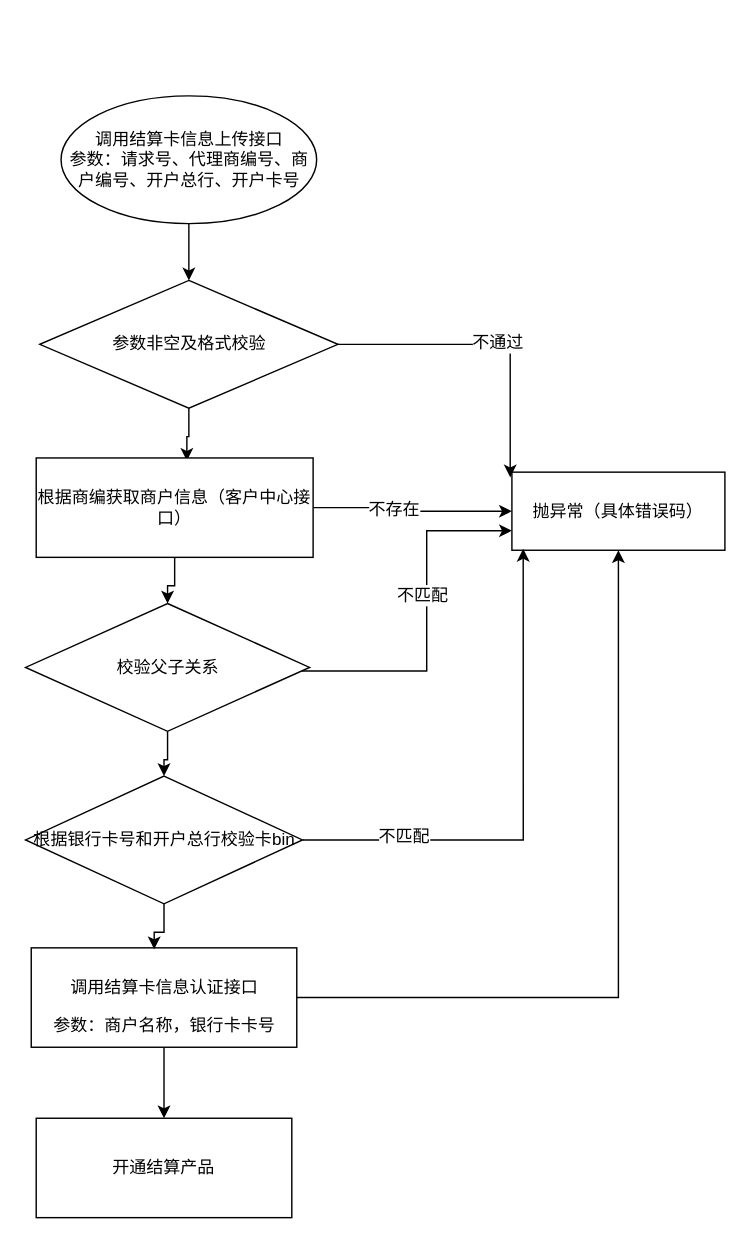
Earlier version of the draw.io diagram 提交结算卡信息开通结算.drawio (cp0802/drawioRep). Source tidied: cells renumbered, new cells numbered last; positions are measured from the earlier drawing's top-left corner, leaving out a move shared by most shapes. Both pictures are drawn from the tidied source at 142%, with x=0, y=0 at pixel (26, 95).
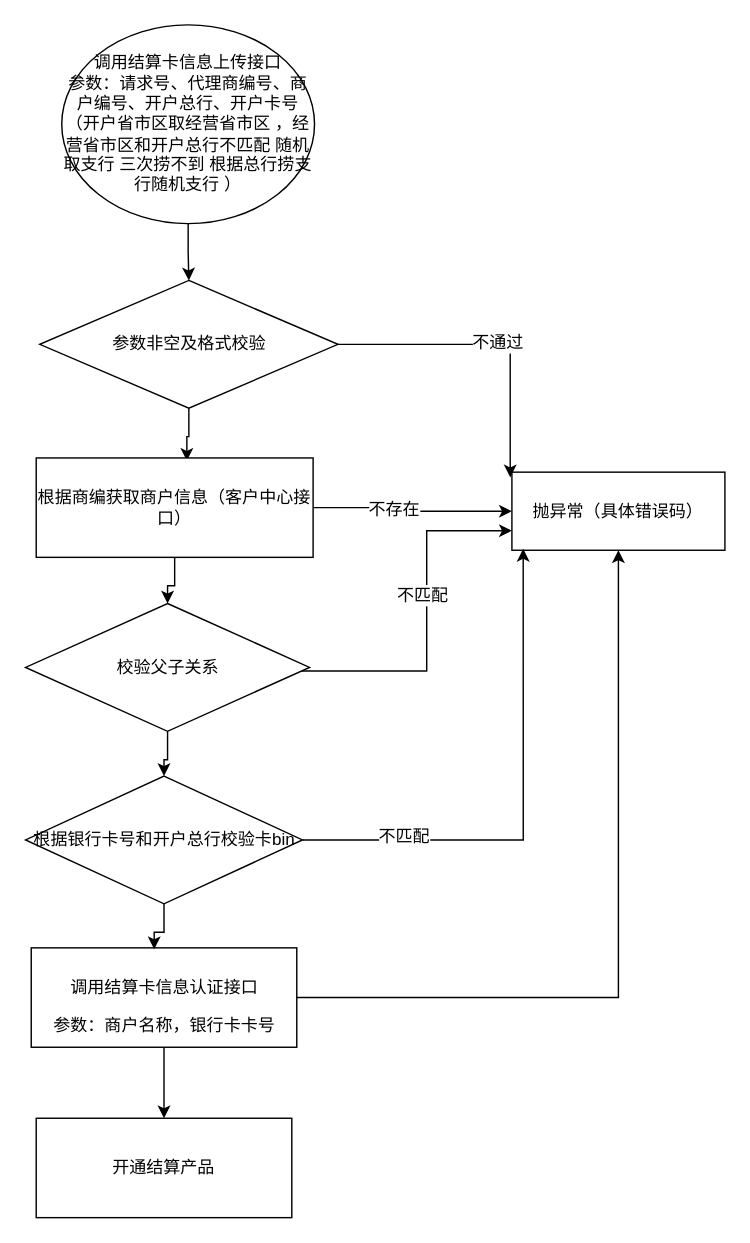
The same page after the edit.

Commit message:
Update 提交结算卡信息开通结算.drawio

What changed in the source:
```diff
@@
-    <mxCell id="3" value="&lt;span&gt;调用结算卡信息上传接口&lt;br&gt;参数：&lt;/span&gt;&lt;span&gt;请求号、代理商编号、商户编号、开户总行、开户卡号&lt;/span&gt;&lt;span&gt;&lt;br&gt;&lt;/span&gt;" style="ellipse;whiteSpace=wrap;html=1;" parent="1" vertex="1">
-      <mxGeometry x="24.5" width="180" height="90" as="geometry" />
+    <mxCell id="3" value="&lt;span&gt;调用结算卡信息上传接口&lt;br&gt;参数：&lt;/span&gt;&lt;span&gt;请求号、代理商编号、商户编号、开户总行、开户卡号 （开户省市区取经营省市区 ，经营省市区和开户总行不匹配 随机取支行 三次捞不到 根据总行捞支行随机支行 ）&lt;/span&gt;&lt;span&gt;&lt;br&gt;&lt;/span&gt;" style="ellipse;whiteSpace=wrap;html=1;" parent="1" vertex="1">
+      <mxGeometry x="25" y="-50" width="178" height="140" as="geometry" />
     </mxCell>
```
